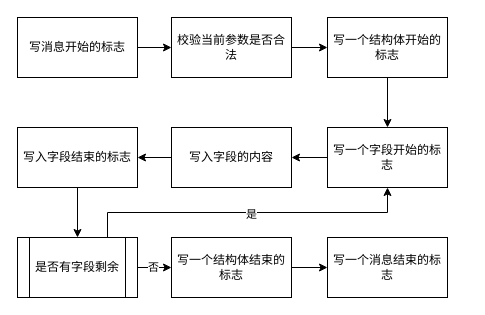
The draw.io diagram 设计图/Thrift序列化.drawio in THUMarkLau/thuthesis, before the edit. Source tidied: cells renumbered, new cells numbered last; positions are measured from the earlier drawing's top-left corner, leaving out a move shared by most shapes. Both pictures are drawn from the tidied source at 100%, with x=0, y=0 at pixel (17, 17).
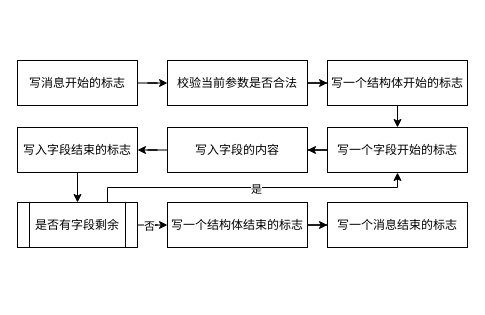
The same diagram, later.

Diff of the diagram source:
```diff
@@
-    <mxCell id="2" style="edgeStyle=orthogonalEdgeStyle;rounded=0;jettySize=auto;html=1;entryX=0;entryY=0.5;entryDx=0;entryDy=0;" parent="1" edge="1" source="3" target="5">
+    <mxCell id="2" style="edgeStyle=orthogonalEdgeStyle;rounded=0;jettySize=auto;html=1;entryX=0;entryY=0.5;entryDx=0;entryDy=0;fontFamily=Times New Roman;" parent="1" edge="1" source="3" target="5">
       <mxGeometry relative="1" as="geometry" />
     </mxCell>
-    <mxCell id="3" value="&lt;div&gt;&lt;div class=&quot;old-record-id-FvqXdyznIoHG8mxdVZmcUyeOnTe&quot; style=&quot;&quot;&gt;写消息开始的标志&lt;/div&gt;&lt;/div&gt;" style="rounded=0;whiteSpace=wrap;html=1;" parent="1" vertex="1">
-      <mxGeometry width="120" height="60" as="geometry" />
+    <mxCell id="3" value="&lt;div&gt;&lt;div style=&quot;&quot; class=&quot;old-record-id-FvqXdyznIoHG8mxdVZmcUyeOnTe&quot;&gt;写消息开始的标志&lt;/div&gt;&lt;/div&gt;" style="rounded=0;whiteSpace=wrap;html=1;fontFamily=Times New Roman;" parent="1" vertex="1">
+      <mxGeometry y="43" width="120" height="45" as="geometry" />
     </mxCell>
-    <mxCell id="4" style="edgeStyle=orthogonalEdgeStyle;rounded=0;jettySize=auto;html=1;entryX=0;entryY=0.5;entryDx=0;entryDy=0;" parent="1" edge="1" source="5" target="7">
+    <mxCell id="4" style="edgeStyle=orthogonalEdgeStyle;rounded=0;jettySize=auto;html=1;entryX=0;entryY=0.5;entryDx=0;entryDy=0;fontFamily=Times New Roman;" parent="1" edge="1" source="5" target="7">
       <mxGeometry relative="1" as="geometry" />
     </mxCell>
-    <mxCell id="5" value="校验当前参数是否合法" style="rounded=0;whiteSpace=wrap;html=1;" parent="1" vertex="1">
-      <mxGeometry x="154" width="120" height="60" as="geometry" />
+    <mxCell id="5" value="&lt;font face=&quot;Times New Roman&quot;&gt;校验当前参数是否合法&lt;/font&gt;" style="rounded=0;whiteSpace=wrap;html=1;fontFamily=Times New Roman;" parent="1" vertex="1">
+      <mxGeometry x="150" y="43" width="140" height="45" as="geometry" />
     </mxCell>
-    <mxCell id="6" style="edgeStyle=orthogonalEdgeStyle;rounded=0;jettySize=auto;html=1;exitX=0.5;exitY=1;exitDx=0;exitDy=0;entryX=0.5;entryY=0;entryDx=0;entryDy=0;" parent="1" edge="1" source="7" target="9">
+    <mxCell id="6" style="edgeStyle=orthogonalEdgeStyle;rounded=0;jettySize=auto;html=1;exitX=0.5;exitY=1;exitDx=0;exitDy=0;entryX=0.5;entryY=0;entryDx=0;entryDy=0;fontFamily=Times New Roman;" parent="1" edge="1" source="7" target="9">
       <mxGeometry relative="1" as="geometry" />
     </mxCell>
-    <mxCell id="7" value="写一个结构体开始的标志" style="rounded=0;whiteSpace=wrap;html=1;" parent="1" vertex="1">
-      <mxGeometry x="310" width="120" height="60" as="geometry" />
+    <mxCell id="7" value="写一个结构体开始的标志" style="rounded=0;whiteSpace=wrap;html=1;fontFamily=Times New Roman;" parent="1" vertex="1">
+      <mxGeometry x="310" y="43" width="140" height="45" as="geometry" />
     </mxCell>
-    <mxCell id="8" style="edgeStyle=orthogonalEdgeStyle;rounded=0;jettySize=auto;html=1;entryX=1;entryY=0.5;entryDx=0;entryDy=0;" parent="1" edge="1" source="9" target="11">
+    <mxCell id="8" style="edgeStyle=orthogonalEdgeStyle;rounded=0;jettySize=auto;html=1;entryX=1;entryY=0.5;entryDx=0;entryDy=0;fontFamily=Times New Roman;" parent="1" edge="1" source="9" target="11">
       <mxGeometry relative="1" as="geometry" />
     </mxCell>
-    <mxCell id="9" value="写一个字段开始的标志" style="rounded=0;whiteSpace=wrap;html=1;" parent="1" vertex="1">
-      <mxGeometry x="310" y="110" width="120" height="60" as="geometry" />
+    <mxCell id="9" value="写一个字段开始的标志" style="rounded=0;whiteSpace=wrap;html=1;fontFamily=Times New Roman;" parent="1" vertex="1">
+      <mxGeometry x="310" y="110" width="140" height="45" as="geometry" />
     </mxCell>
-    <mxCell id="10" style="edgeStyle=orthogonalEdgeStyle;rounded=0;jettySize=auto;html=1;" parent="1" edge="1" source="11" target="13">
+    <mxCell id="10" style="edgeStyle=orthogonalEdgeStyle;rounded=0;jettySize=auto;html=1;fontFamily=Times New Roman;" parent="1" edge="1" source="11" target="13">
       <mxGeometry relative="1" as="geometry" />
     </mxCell>
-    <mxCell id="11" value="写入字段的内容" style="rounded=0;whiteSpace=wrap;html=1;" parent="1" vertex="1">
-      <mxGeometry x="154" y="110" width="120" height="60" as="geometry" />
+    <mxCell id="11" value="写入字段的内容" style="rounded=0;whiteSpace=wrap;html=1;fontFamily=Times New Roman;" parent="1" vertex="1">
+      <mxGeometry x="150" y="110" width="140" height="45" as="geometry" />
     </mxCell>
-    <mxCell id="12" style="edgeStyle=orthogonalEdgeStyle;rounded=0;jettySize=auto;html=1;entryX=0.5;entryY=0;entryDx=0;entryDy=0;" parent="1" edge="1" source="13" target="18">
+    <mxCell id="12" style="edgeStyle=orthogonalEdgeStyle;rounded=0;jettySize=auto;html=1;entryX=0.5;entryY=0;entryDx=0;entryDy=0;fontFamily=Times New Roman;" parent="1" edge="1" source="13" target="18">
       <mxGeometry relative="1" as="geometry" />
     </mxCell>
-    <mxCell id="13" value="写入字段结束的标志" style="rounded=0;whiteSpace=wrap;html=1;" parent="1" vertex="1">
-      <mxGeometry y="110" width="120" height="60" as="geometry" />
+    <mxCell id="13" value="写入字段结束的标志" style="rounded=0;whiteSpace=wrap;html=1;fontFamily=Times New Roman;" parent="1" vertex="1">
+      <mxGeometry y="110" width="120" height="45" as="geometry" />
     </mxCell>
-    <mxCell id="14" style="edgeStyle=orthogonalEdgeStyle;rounded=0;jettySize=auto;html=1;exitX=0.75;exitY=0;exitDx=0;exitDy=0;entryX=0.5;entryY=1;entryDx=0;entryDy=0;" parent="1" edge="1" source="18" target="9">
-      <mxGeometry relative="1" as="geometry" />
+    <mxCell id="14" style="edgeStyle=orthogonalEdgeStyle;rounded=0;jettySize=auto;html=1;exitX=0.75;exitY=0;exitDx=0;exitDy=0;fontFamily=Times New Roman;entryX=0.5;entryY=1;entryDx=0;entryDy=0;" parent="1" edge="1" source="18" target="9">
+      <mxGeometry relative="1" as="geometry">
+        <Array as="points">
+          <mxPoint x="90" y="170" />
+          <mxPoint x="380" y="170" />
+        </Array>
+      </mxGeometry>
     </mxCell>
-    <mxCell id="15" value="是" style="edgeLabel;html=1;align=center;verticalAlign=middle;" parent="14" vertex="1">
+    <mxCell id="15" value="是" style="edgeLabel;html=1;align=center;verticalAlign=middle;fontFamily=Times New Roman;" parent="14" vertex="1">
       <mxGeometry x="0.02" y="-1" relative="1" as="geometry" />
     </mxCell>
-    <mxCell id="16" style="edgeStyle=orthogonalEdgeStyle;rounded=0;jettySize=auto;html=1;entryX=0;entryY=0.5;entryDx=0;entryDy=0;" parent="1" edge="1" source="18" target="20">
+    <mxCell id="16" style="edgeStyle=orthogonalEdgeStyle;rounded=0;jettySize=auto;html=1;entryX=0;entryY=0.5;entryDx=0;entryDy=0;fontFamily=Times New Roman;" parent="1" edge="1" source="18" target="20">
       <mxGeometry relative="1" as="geometry" />
     </mxCell>
-    <mxCell id="17" value="否" style="edgeLabel;html=1;align=center;verticalAlign=middle;" parent="16" vertex="1">
+    <mxCell id="17" value="否" style="edgeLabel;html=1;align=center;verticalAlign=middle;fontFamily=Times New Roman;" parent="16" vertex="1">
       <mxGeometry x="0.17" y="1" relative="1" as="geometry" />
     </mxCell>
-    <mxCell id="18" value="是否有字段剩余" style="shape=process;whiteSpace=wrap;html=1;backgroundOutline=1;" parent="1" vertex="1">
-      <mxGeometry y="220" width="120" height="60" as="geometry" />
+    <mxCell id="18" value="是否有字段剩余" style="shape=process;whiteSpace=wrap;html=1;backgroundOutline=1;fontFamily=Times New Roman;" parent="1" vertex="1">
+      <mxGeometry y="185" width="120" height="45" as="geometry" />
     </mxCell>
-    <mxCell id="19" style="edgeStyle=orthogonalEdgeStyle;rounded=0;jettySize=auto;html=1;entryX=0;entryY=0.5;entryDx=0;entryDy=0;" parent="1" edge="1" source="20" target="21">
+    <mxCell id="19" style="edgeStyle=orthogonalEdgeStyle;rounded=0;jettySize=auto;html=1;entryX=0;entryY=0.5;entryDx=0;entryDy=0;fontFamily=Times New Roman;" parent="1" edge="1" source="20" target="21">
       <mxGeometry relative="1" as="geometry" />
     </mxCell>
-    <mxCell id="20" value="写一个结构体结束的标志" style="rounded=0;whiteSpace=wrap;html=1;" parent="1" vertex="1">
-      <mxGeometry x="154" y="220" width="120" height="60" as="geometry" />
+    <mxCell id="20" value="写一个结构体结束的标志" style="rounded=0;whiteSpace=wrap;html=1;fontFamily=Times New Roman;" parent="1" vertex="1">
+      <mxGeometry x="150" y="185" width="140" height="45" as="geometry" />
     </mxCell>
-    <mxCell id="21" value="写一个消息结束的标志" style="rounded=0;whiteSpace=wrap;html=1;" parent="1" vertex="1">
-      <mxGeometry x="310" y="220" width="120" height="60" as="geometry" />
+    <mxCell id="21" value="写一个消息结束的标志" style="rounded=0;whiteSpace=wrap;html=1;fontFamily=Times New Roman;" parent="1" vertex="1">
+      <mxGeometry x="310" y="185" width="140" height="45" as="geometry" />
     </mxCell>
```
